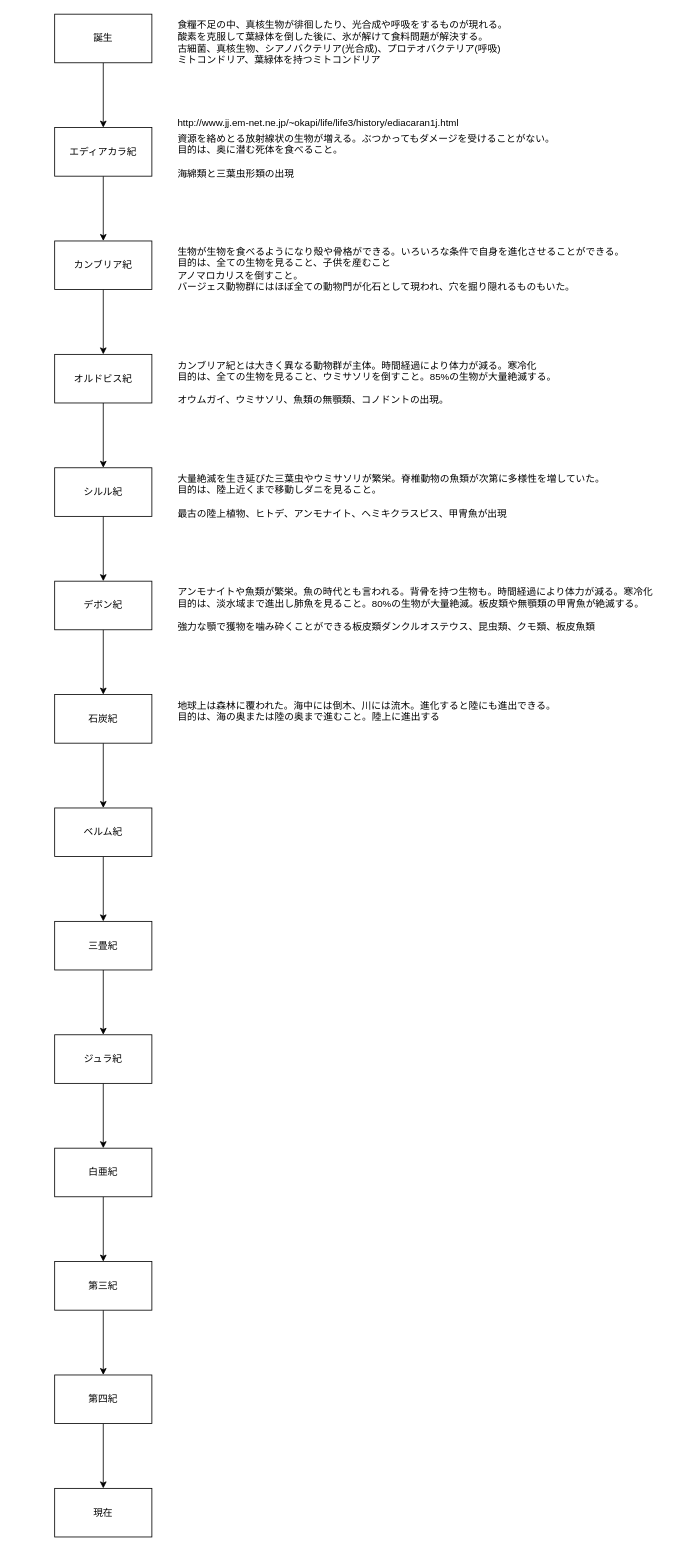
idaks1325/eater_design keeps this draw.io diagram as page "全て" (3 of 3) of eater.drawio. Above is the earlier version. Source tidied: cells renumbered, new cells numbered last; positions are measured from the earlier drawing's top-left corner, leaving out a move shared by most shapes. Both pictures are drawn from the tidied source at 81%, with x=0, y=0 at pixel (54, 14).
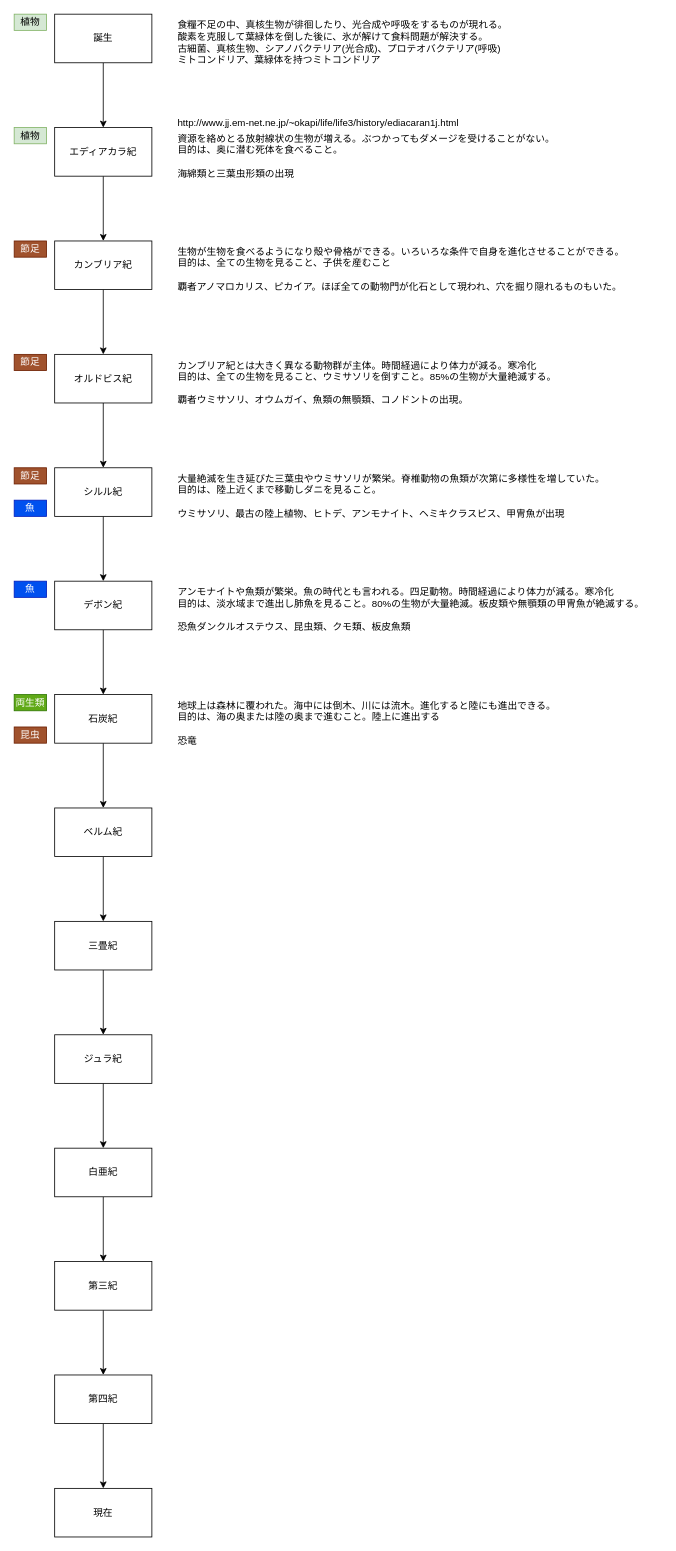
The same diagram, later.

The edit, as a diff of the source:
```diff
@@
-    <mxCell id="31" value="生物が生物を食べるようになり殻や骨格ができる。いろいろな条件で自身を進化させることができる。&lt;br&gt;目的は、全ての生物を見ること、子供を産むこと&lt;br&gt;アノマロカリスを倒すこと。&lt;br&gt;バージェス動物群にはほぼ全ての動物門が化石として現われ、穴を掘り隠れるものもいた。" style="text;html=1;strokeColor=none;fillColor=none;align=left;verticalAlign=top;whiteSpace=wrap;rounded=0;" parent="1" vertex="1">
+    <mxCell id="31" value="生物が生物を食べるようになり殻や骨格ができる。いろいろな条件で自身を進化させることができる。&lt;br&gt;目的は、全ての生物を見ること、子供を産むこと&lt;br&gt;&lt;br&gt;覇者アノマロカリス、ピカイア。ほぼ全ての動物門が化石として現われ、穴を掘り隠れるものもいた。" style="text;html=1;strokeColor=none;fillColor=none;align=left;verticalAlign=top;whiteSpace=wrap;rounded=0;" parent="1" vertex="1">
       <mxGeometry x="150" y="280" width="600" height="60" as="geometry" />
     </mxCell>
@@
-    <mxCell id="33" value="カンブリア紀とは大きく異なる動物群が主体。時間経過により体力が減る。寒冷化&lt;br&gt;目的は、全ての生物を見ること、ウミサソリを倒すこと。85%の生物が大量絶滅する。&lt;br&gt;&lt;br&gt;オウムガイ、ウミサソリ、魚類の無顎類、コノドントの出現。" style="text;html=1;strokeColor=none;fillColor=none;align=left;verticalAlign=top;whiteSpace=wrap;rounded=0;" parent="1" vertex="1">
+    <mxCell id="33" value="カンブリア紀とは大きく異なる動物群が主体。時間経過により体力が減る。寒冷化&lt;br&gt;目的は、全ての生物を見ること、ウミサソリを倒すこと。85%の生物が大量絶滅する。&lt;br&gt;&lt;br&gt;覇者ウミサソリ、オウムガイ、魚類の無顎類、コノドントの出現。" style="text;html=1;strokeColor=none;fillColor=none;align=left;verticalAlign=top;whiteSpace=wrap;rounded=0;" parent="1" vertex="1">
       <mxGeometry x="150" y="420" width="600" height="60" as="geometry" />
     </mxCell>
-    <mxCell id="34" value="大量絶滅を生き延びた三葉虫やウミサソリが繁栄。脊椎動物の魚類が次第に多様性を増していた。&lt;br&gt;目的は、陸上近くまで移動しダニを見ること。&lt;br&gt;&lt;br&gt;最古の陸上植物、ヒトデ、アンモナイト、ヘミキクラスピス、甲冑魚が出現" style="text;html=1;strokeColor=none;fillColor=none;align=left;verticalAlign=top;whiteSpace=wrap;rounded=0;" parent="1" vertex="1">
+    <mxCell id="34" value="大量絶滅を生き延びた三葉虫やウミサソリが繁栄。脊椎動物の魚類が次第に多様性を増していた。&lt;br&gt;目的は、陸上近くまで移動しダニを見ること。&lt;br&gt;&lt;br&gt;ウミサソリ、最古の陸上植物、ヒトデ、アンモナイト、ヘミキクラスピス、甲冑魚が出現" style="text;html=1;strokeColor=none;fillColor=none;align=left;verticalAlign=top;whiteSpace=wrap;rounded=0;" parent="1" vertex="1">
       <mxGeometry x="150" y="560" width="600" height="60" as="geometry" />
     </mxCell>
-    <mxCell id="35" value="アンモナイトや魚類が繁栄。魚の時代とも言われる。背骨を持つ生物も。時間経過により体力が減る。寒冷化&lt;br&gt;目的は、淡水域まで進出し肺魚を見ること。80%の生物が大量絶滅。板皮類や無顎類の甲冑魚が絶滅する。&lt;br&gt;&lt;br&gt;強力な顎で獲物を噛み砕くことができる板皮類ダンクルオステウス、昆虫類、クモ類、板皮魚類" style="text;html=1;strokeColor=none;fillColor=none;align=left;verticalAlign=top;whiteSpace=wrap;rounded=0;" parent="1" vertex="1">
+    <mxCell id="35" value="アンモナイトや魚類が繁栄。魚の時代とも言われる。四足動物。時間経過により体力が減る。寒冷化&lt;br&gt;目的は、淡水域まで進出し肺魚を見ること。80%の生物が大量絶滅。板皮類や無顎類の甲冑魚が絶滅する。&lt;br&gt;&lt;br&gt;恐魚ダンクルオステウス、昆虫類、クモ類、板皮魚類" style="text;html=1;strokeColor=none;fillColor=none;align=left;verticalAlign=top;whiteSpace=wrap;rounded=0;" parent="1" vertex="1">
       <mxGeometry x="150" y="700" width="600" height="60" as="geometry" />
     </mxCell>
-    <mxCell id="36" value="地球上は森林に覆われた。海中には倒木、川には流木。進化すると陸にも進出できる。&lt;br&gt;目的は、海の奥または陸の奥まで進むこと。陸上に進出する" style="text;html=1;strokeColor=none;fillColor=none;align=left;verticalAlign=top;whiteSpace=wrap;rounded=0;" parent="1" vertex="1">
+    <mxCell id="36" value="地球上は森林に覆われた。海中には倒木、川には流木。進化すると陸にも進出できる。&lt;br&gt;目的は、海の奥または陸の奥まで進むこと。陸上に進出する&lt;br&gt;&lt;br&gt;恐竜" style="text;html=1;strokeColor=none;fillColor=none;align=left;verticalAlign=top;whiteSpace=wrap;rounded=0;" parent="1" vertex="1">
       <mxGeometry x="150" y="840" width="600" height="60" as="geometry" />
     </mxCell>
+    <mxCell id="37" value="魚" style="text;html=1;strokeColor=#001DBC;fillColor=#0050ef;align=center;verticalAlign=middle;whiteSpace=wrap;rounded=0;fontColor=#ffffff;" parent="1" vertex="1">
+      <mxGeometry x="-50" y="600" width="40" height="20" as="geometry" />
+    </mxCell>
+    <mxCell id="38" value="節足" style="text;html=1;strokeColor=#6D1F00;fillColor=#a0522d;align=center;verticalAlign=middle;whiteSpace=wrap;rounded=0;fontColor=#ffffff;" parent="1" vertex="1">
+      <mxGeometry x="-50" y="420" width="40" height="20" as="geometry" />
+    </mxCell>
+    <mxCell id="39" value="節足" style="text;html=1;strokeColor=#6D1F00;fillColor=#a0522d;align=center;verticalAlign=middle;whiteSpace=wrap;rounded=0;fontColor=#ffffff;" parent="1" vertex="1">
+      <mxGeometry x="-50" y="280" width="40" height="20" as="geometry" />
+    </mxCell>
+    <mxCell id="40" value="植物" style="text;html=1;strokeColor=#82b366;fillColor=#d5e8d4;align=center;verticalAlign=middle;whiteSpace=wrap;rounded=0;" parent="1" vertex="1">
+      <mxGeometry x="-50" width="40" height="20" as="geometry" />
+    </mxCell>
+    <mxCell id="41" value="植物" style="text;html=1;strokeColor=#82b366;fillColor=#d5e8d4;align=center;verticalAlign=middle;whiteSpace=wrap;rounded=0;" parent="1" vertex="1">
+      <mxGeometry x="-50" y="140" width="40" height="20" as="geometry" />
+    </mxCell>
+    <mxCell id="42" value="魚" style="text;html=1;strokeColor=#001DBC;fillColor=#0050ef;align=center;verticalAlign=middle;whiteSpace=wrap;rounded=0;fontColor=#ffffff;" parent="1" vertex="1">
+      <mxGeometry x="-50" y="700" width="40" height="20" as="geometry" />
+    </mxCell>
+    <mxCell id="43" value="両生類" style="text;html=1;strokeColor=#2D7600;fillColor=#60a917;align=center;verticalAlign=middle;whiteSpace=wrap;rounded=0;fontColor=#ffffff;" parent="1" vertex="1">
+      <mxGeometry x="-50" y="840" width="40" height="20" as="geometry" />
+    </mxCell>
+    <mxCell id="44" value="昆虫" style="text;html=1;strokeColor=#6D1F00;fillColor=#a0522d;align=center;verticalAlign=middle;whiteSpace=wrap;rounded=0;fontColor=#ffffff;" parent="1" vertex="1">
+      <mxGeometry x="-50" y="880" width="40" height="20" as="geometry" />
+    </mxCell>
+    <mxCell id="45" value="節足" style="text;html=1;strokeColor=#6D1F00;fillColor=#a0522d;align=center;verticalAlign=middle;whiteSpace=wrap;rounded=0;fontColor=#ffffff;" parent="1" vertex="1">
+      <mxGeometry x="-50" y="560" width="40" height="20" as="geometry" />
+    </mxCell>
```
